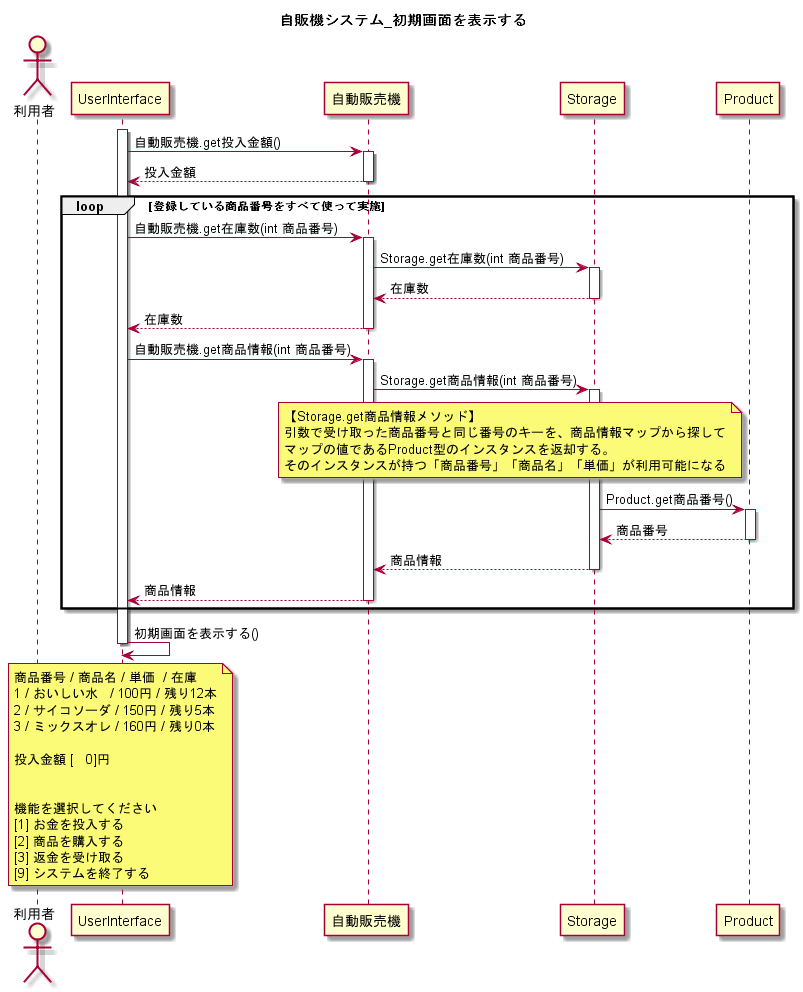
The PlantUML diagram UML_class_sequence/自販機システム_初期画面を表示する.png in W-Nakayama-24/VendingMachine_CUI, before a commit. The source it was exported from:
```plantuml
@startuml
title 自販機システム_初期画面を表示する

actor 利用者
activate UserInterface
UserInterface -> 自動販売機 : 自動販売機.get投入金額()
activate 自動販売機
UserInterface <-- 自動販売機 : 投入金額
deactivate 自動販売機

loop 登録している商品番号をすべて使って実施
UserInterface -> 自動販売機 : 自動販売機.get在庫数(int 商品番号)
activate 自動販売機
自動販売機 -> Storage : Storage.get在庫数(int 商品番号)
activate Storage
自動販売機 <-- Storage : 在庫数
deactivate Storage
UserInterface <-- 自動販売機 : 在庫数
deactivate 自動販売機

UserInterface -> 自動販売機 : 自動販売機.get商品情報(int 商品番号)
activate 自動販売機
自動販売機 -> Storage : Storage.get商品情報(int 商品番号)
activate Storage

note left of Product
【Storage.get商品情報メソッド】
引数で受け取った商品番号と同じ番号のキーを、商品情報マップから探して
マップの値であるProduct型のインスタンスを返却する。
そのインスタンスが持つ「商品番号」「商品名」「単価」が利用可能になる
end note

Storage -> Product : Product.get商品番号()
activate Product
Storage <-- Product : 商品番号
deactivate Product
自動販売機 <-- Storage : 商品情報
deactivate Storage
UserInterface <-- 自動販売機 : 商品情報
deactivate 自動販売機
end loop

UserInterface <- UserInterface : 初期画面を表示する()
note over UserInterface
商品番号 / 商品名 / 単価  / 在庫
1 / おいしい水   / 100円 / 残り12本
2 / サイコソーダ / 150円 / 残り5本
3 / ミックスオレ / 160円 / 残り0本

投入金額 [   0]円


機能を選択してください
[1] お金を投入する
[2] 商品を購入する
[3] 返金を受け取る
[9] システムを終了する
end note
deactivate UserInterface
@enduml
```
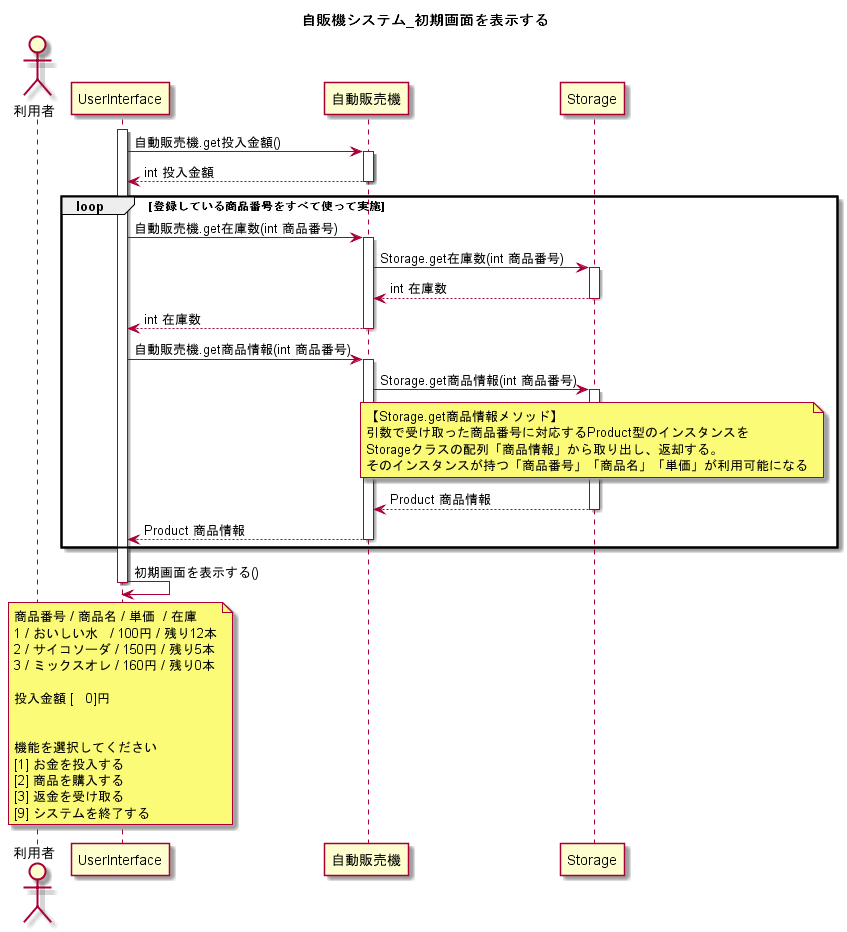
Later version of the same file.

The edit, as a diff of the source:
```diff
@@ -5,7 +5,7 @@
 activate UserInterface
 UserInterface -> 自動販売機 : 自動販売機.get投入金額()
 activate 自動販売機
-UserInterface <-- 自動販売機 : 投入金額
+UserInterface <-- 自動販売機 : int 投入金額
 deactivate 自動販売機
 
 loop 登録している商品番号をすべて使って実施
@@ -13,9 +13,9 @@
 activate 自動販売機
 自動販売機 -> Storage : Storage.get在庫数(int 商品番号)
 activate Storage
-自動販売機 <-- Storage : 在庫数
+自動販売機 <-- Storage : int 在庫数
 deactivate Storage
-UserInterface <-- 自動販売機 : 在庫数
+UserInterface <-- 自動販売機 : int 在庫数
 deactivate 自動販売機
 
 UserInterface -> 自動販売機 : 自動販売機.get商品情報(int 商品番号)
@@ -23,22 +23,21 @@
 自動販売機 -> Storage : Storage.get商品情報(int 商品番号)
 activate Storage
 
-note left of Product
+note over Storage
 【Storage.get商品情報メソッド】
-引数で受け取った商品番号と同じ番号のキーを、商品情報マップから探して
-マップの値であるProduct型のインスタンスを返却する。
+引数で受け取った商品番号に対応するProduct型のインスタンスを
+Storageクラスの配列「商品情報」から取り出し、返却する。
 そのインスタンスが持つ「商品番号」「商品名」「単価」が利用可能になる
 end note
 
-Storage -> Product : Product.get商品番号()
-activate Product
-Storage <-- Product : 商品番号
-deactivate Product
-自動販売機 <-- Storage : 商品情報
+
+自動販売機 <-- Storage : Product 商品情報
 deactivate Storage
-UserInterface <-- 自動販売機 : 商品情報
+UserInterface <-- 自動販売機 : Product 商品情報
 deactivate 自動販売機
-end loop
+
+
+end
 
 UserInterface <- UserInterface : 初期画面を表示する()
 note over UserInterface
```
